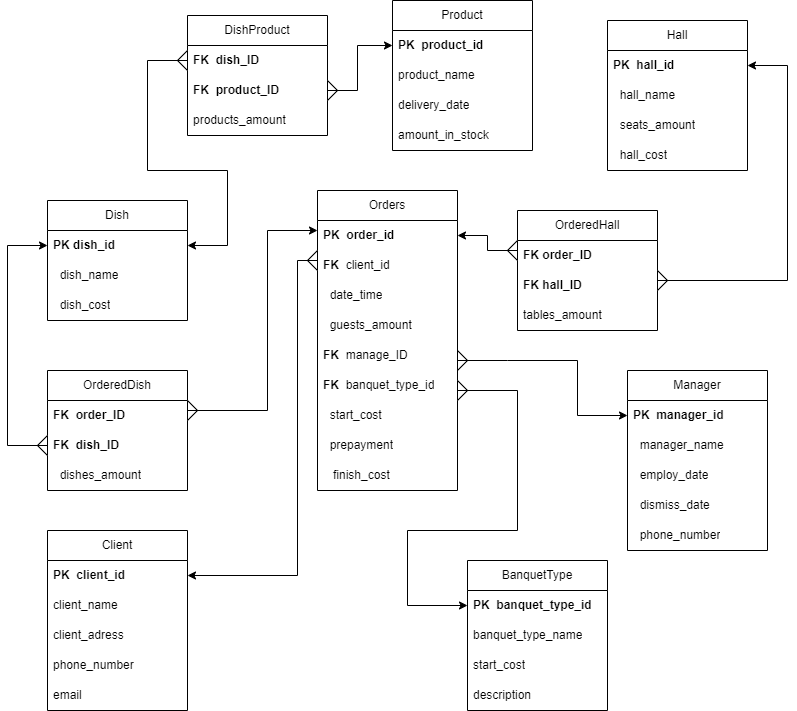
Lily55/TermWork keeps this draw.io diagram as Курсач.png. Above is the earlier version. Source tidied: cells renumbered, new cells last; positions are measured from the earlier drawing's top-left corner, leaving out a move shared by most shapes.
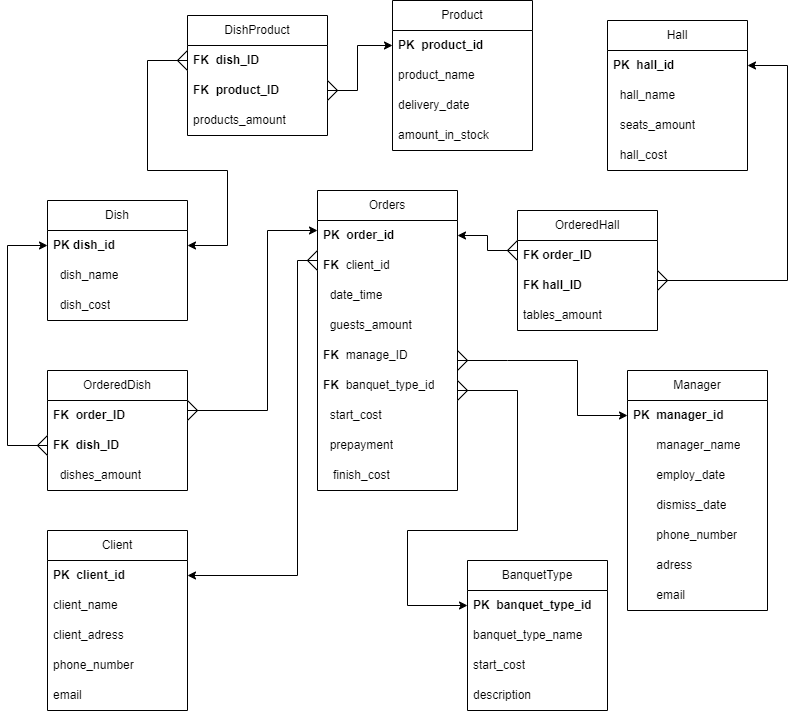
The same diagram one commit later.

The edit, as a diff of the source:
```diff
@@ -51,23 +51,29 @@
       <mxGeometry y="120" width="140" height="30" as="geometry" />
     </mxCell>
     <mxCell id="18" value="Manager" style="swimlane;fontStyle=0;horizontal=1;startSize=30;whiteSpace=wrap;html=1;" parent="1" vertex="1">
-      <mxGeometry x="620" y="370" width="140" height="180" as="geometry" />
+      <mxGeometry x="620" y="370" width="140" height="240" as="geometry" />
     </mxCell>
     <mxCell id="19" value="&lt;b&gt;PK&lt;span style=&quot;white-space: pre;&quot;&gt; &lt;span style=&quot;white-space: pre;&quot;&gt; manager_id&lt;/span&gt;&lt;/span&gt;&lt;/b&gt;" style="text;strokeColor=none;fillColor=none;align=left;verticalAlign=middle;spacingLeft=4;spacingRight=4;overflow=hidden;points=[[0,0.5],[1,0.5]];portConstraint=eastwest;whiteSpace=wrap;html=1;" parent="18" vertex="1">
       <mxGeometry y="30" width="140" height="30" as="geometry" />
     </mxCell>
-    <mxCell id="20" value="&lt;span style=&quot;white-space: pre;&quot;&gt; &lt;span style=&quot;white-space: pre;&quot;&gt; &lt;/span&gt;&lt;/span&gt;manager_name" style="text;strokeColor=none;fillColor=none;align=left;verticalAlign=middle;spacingLeft=4;spacingRight=4;overflow=hidden;whiteSpace=wrap;html=1;" parent="18" vertex="1">
+    <mxCell id="20" value="&lt;span style=&quot;white-space: pre;&quot;&gt; &lt;span style=&quot;white-space: pre;&quot;&gt;      &lt;/span&gt;&lt;/span&gt;manager_name" style="text;strokeColor=none;fillColor=none;align=left;verticalAlign=middle;spacingLeft=4;spacingRight=4;overflow=hidden;whiteSpace=wrap;html=1;" parent="18" vertex="1">
       <mxGeometry y="60" width="140" height="30" as="geometry" />
     </mxCell>
-    <mxCell id="21" value="&lt;span style=&quot;white-space: pre;&quot;&gt; &lt;span style=&quot;white-space: pre;&quot;&gt; &lt;/span&gt;&lt;/span&gt;employ_date" style="text;strokeColor=none;fillColor=none;align=left;verticalAlign=middle;spacingLeft=4;spacingRight=4;overflow=hidden;whiteSpace=wrap;html=1;" parent="18" vertex="1">
+    <mxCell id="21" value="&lt;span style=&quot;white-space: pre;&quot;&gt; &lt;span style=&quot;white-space: pre;&quot;&gt;      &lt;/span&gt;&lt;/span&gt;employ_date" style="text;strokeColor=none;fillColor=none;align=left;verticalAlign=middle;spacingLeft=4;spacingRight=4;overflow=hidden;whiteSpace=wrap;html=1;" parent="18" vertex="1">
       <mxGeometry y="90" width="140" height="30" as="geometry" />
     </mxCell>
-    <mxCell id="22" value="&lt;span style=&quot;white-space: pre;&quot;&gt; &lt;span style=&quot;white-space: pre;&quot;&gt; &lt;/span&gt;&lt;/span&gt;dismiss_date" style="text;strokeColor=none;fillColor=none;align=left;verticalAlign=middle;spacingLeft=4;spacingRight=4;overflow=hidden;whiteSpace=wrap;html=1;" parent="18" vertex="1">
+    <mxCell id="22" value=" &lt;span style=&quot;border-color: var(--border-color);&quot;&gt;&lt;/span&gt;&lt;span style=&quot;border-color: var(--border-color);&quot;&gt;&lt;/span&gt;&lt;span style=&quot;border-color: var(--border-color);&quot;&gt;&lt;/span&gt;&lt;span style=&quot;border-color: var(--border-color);&quot;&gt;&lt;/span&gt;&amp;nbsp; &amp;nbsp; &amp;nbsp; &amp;nbsp;dismiss_date" style="text;strokeColor=none;fillColor=none;align=left;verticalAlign=middle;spacingLeft=4;spacingRight=4;overflow=hidden;whiteSpace=wrap;html=1;" parent="18" vertex="1">
       <mxGeometry y="120" width="140" height="30" as="geometry" />
     </mxCell>
-    <mxCell id="23" value="&amp;nbsp; phone_number" style="text;strokeColor=none;fillColor=none;align=left;verticalAlign=middle;spacingLeft=4;spacingRight=4;overflow=hidden;whiteSpace=wrap;html=1;" parent="18" vertex="1">
+    <mxCell id="23" value="&amp;nbsp; &amp;nbsp; &amp;nbsp; &amp;nbsp;phone_number" style="text;strokeColor=none;fillColor=none;align=left;verticalAlign=middle;spacingLeft=4;spacingRight=4;overflow=hidden;whiteSpace=wrap;html=1;" parent="18" vertex="1">
       <mxGeometry y="150" width="140" height="30" as="geometry" />
     </mxCell>
+    <mxCell id="73" value="&amp;nbsp; &amp;nbsp; &amp;nbsp; &amp;nbsp;adress" style="text;strokeColor=none;fillColor=none;align=left;verticalAlign=middle;spacingLeft=4;spacingRight=4;overflow=hidden;whiteSpace=wrap;html=1;" parent="18" vertex="1">
+      <mxGeometry y="180" width="140" height="30" as="geometry" />
+    </mxCell>
+    <mxCell id="74" value="&amp;nbsp; &amp;nbsp; &amp;nbsp; &amp;nbsp;email" style="text;strokeColor=none;fillColor=none;align=left;verticalAlign=middle;spacingLeft=4;spacingRight=4;overflow=hidden;whiteSpace=wrap;html=1;" parent="18" vertex="1">
+      <mxGeometry y="210" width="140" height="30" as="geometry" />
+    </mxCell>
     <mxCell id="24" value="OrderedDish" style="swimlane;fontStyle=0;horizontal=1;startSize=30;whiteSpace=wrap;html=1;" parent="1" vertex="1">
       <mxGeometry x="40" y="370" width="140" height="120" as="geometry" />
     </mxCell>
```
